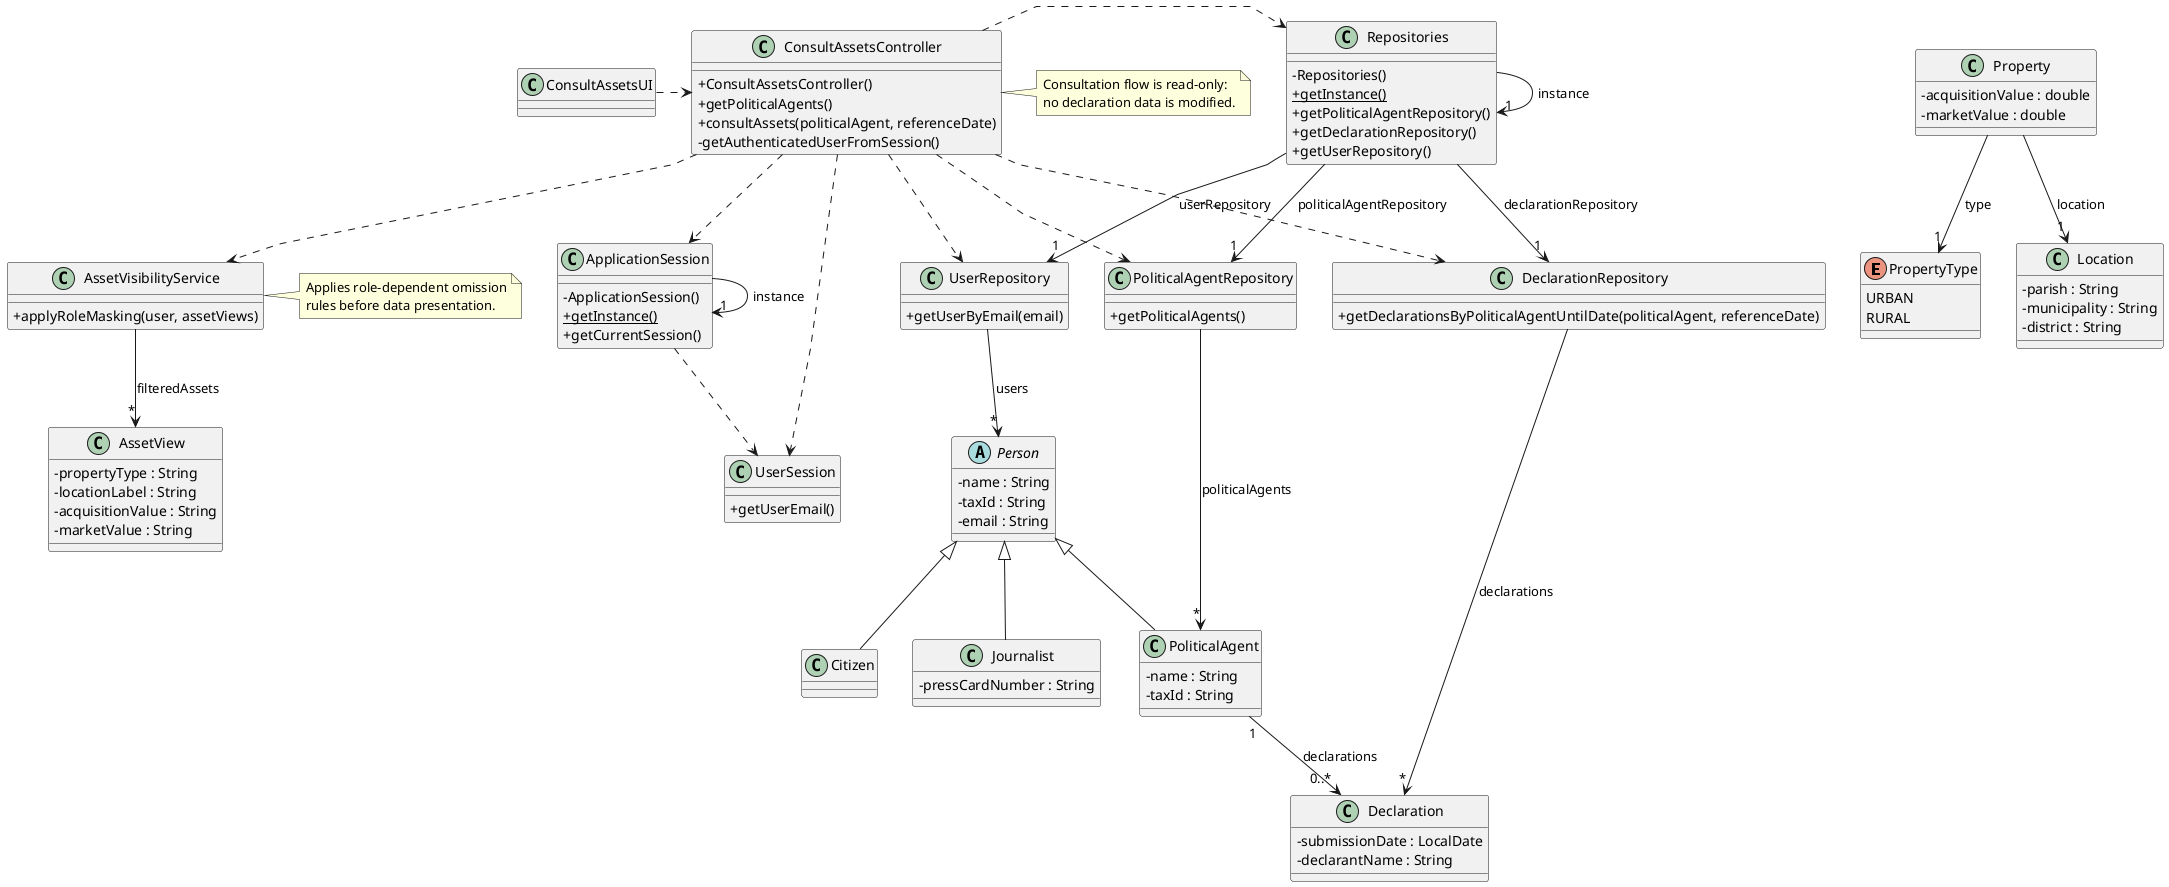
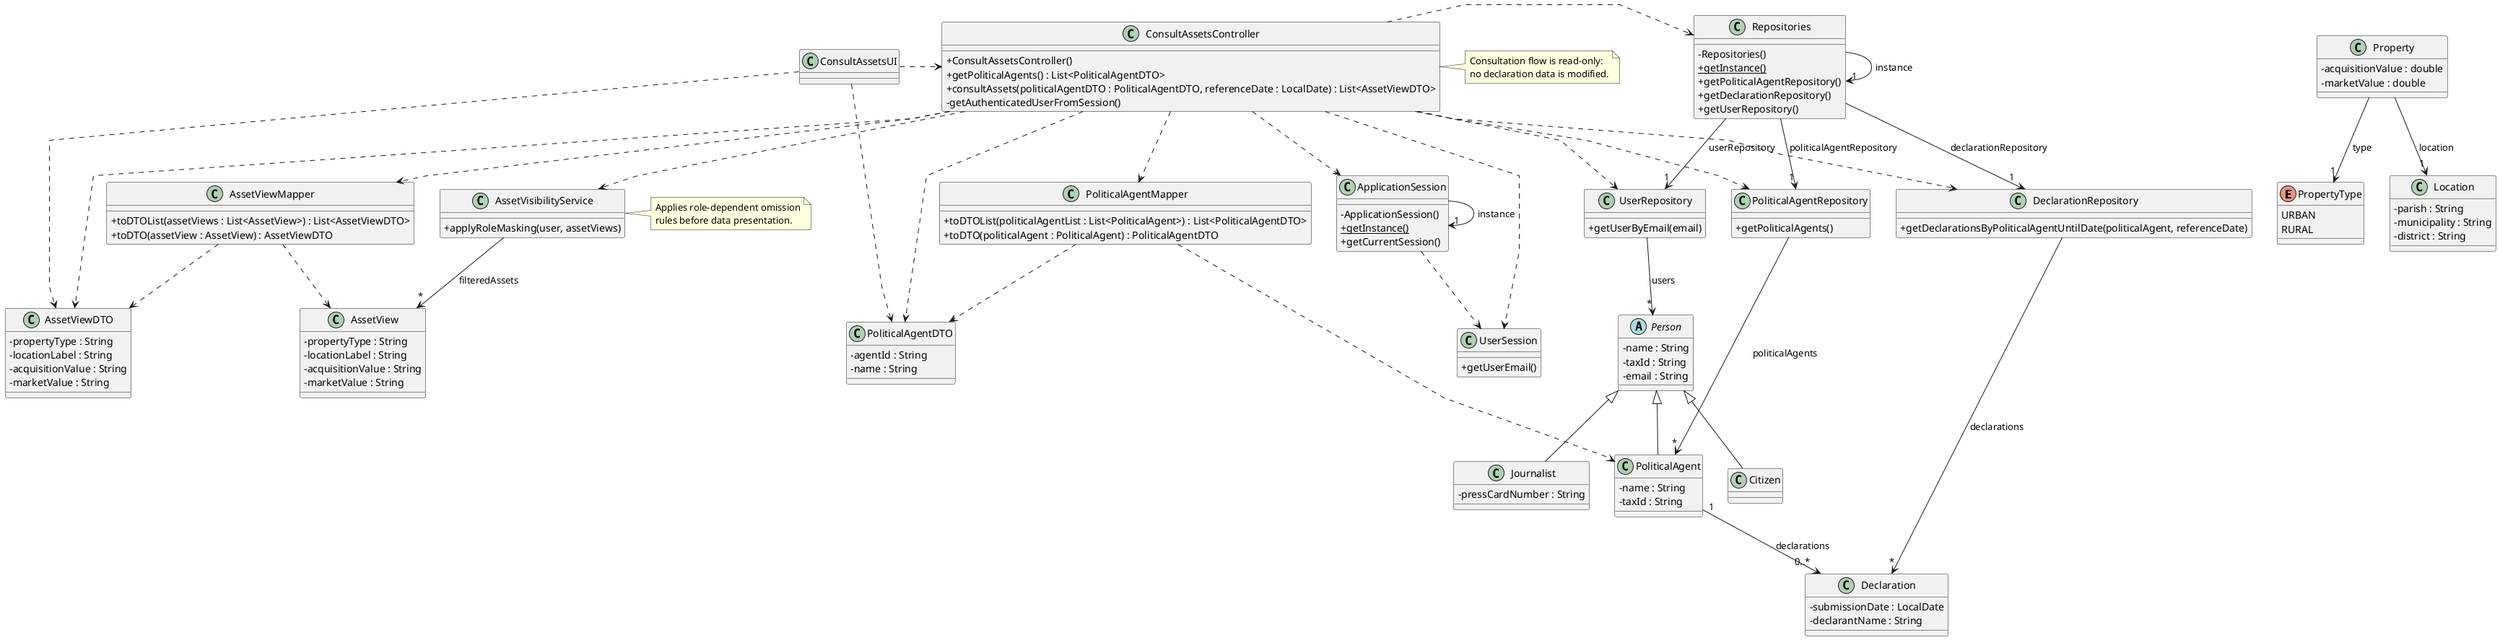
@startuml
skinparam packageStyle rectangle
skinparam shadowing false
skinparam linetype polyline
skinparam classAttributeIconSize 0

enum PropertyType {
    URBAN
    RURAL
}

class ApplicationSession {
    - ApplicationSession()
    + {static} getInstance()
    + getCurrentSession()
}

class UserSession {
    + getUserEmail()
}

abstract class Person {
    - name : String
    - taxId : String
    - email : String
}

class Citizen {
}

class Journalist {
    - pressCardNumber : String
}

class PoliticalAgent {
    - name : String
    - taxId : String
}

class Property {
    - acquisitionValue : double
    - marketValue : double
}

class Location {
    - parish : String
    - municipality : String
    - district : String
}

class Declaration {
    - submissionDate : LocalDate
    - declarantName : String
}

class AssetView {
    - propertyType : String
    - locationLabel : String
    - acquisitionValue : String
    - marketValue : String
}

class AssetVisibilityService {
    + applyRoleMasking(user, assetViews)
}

+ class PoliticalAgentDTO {
+     - agentId : String
+     - name : String
+ }
+ 
+ class PoliticalAgentMapper {
+     + toDTOList(politicalAgentList : List<PoliticalAgent>) : List<PoliticalAgentDTO>
+     + toDTO(politicalAgent : PoliticalAgent) : PoliticalAgentDTO
+ }
+ 
+ class AssetViewDTO {
+     - propertyType : String
+     - locationLabel : String
+     - acquisitionValue : String
+     - marketValue : String
+ }
+ 
+ class AssetViewMapper {
+     + toDTOList(assetViews : List<AssetView>) : List<AssetViewDTO>
+     + toDTO(assetView : AssetView) : AssetViewDTO
+ }
+ 
class PoliticalAgentRepository {
    + getPoliticalAgents()
}

class DeclarationRepository {
    + getDeclarationsByPoliticalAgentUntilDate(politicalAgent, referenceDate)
}

class UserRepository {
    + getUserByEmail(email)
}

class Repositories {
    - Repositories()
    + {static} getInstance()
    + getPoliticalAgentRepository()
    + getDeclarationRepository()
    + getUserRepository()
}

class ConsultAssetsController {
    + ConsultAssetsController()
-     + getPoliticalAgents()
-     + consultAssets(politicalAgent, referenceDate)
+     + getPoliticalAgents() : List<PoliticalAgentDTO>
+     + consultAssets(politicalAgentDTO : PoliticalAgentDTO, referenceDate : LocalDate) : List<AssetViewDTO>
    - getAuthenticatedUserFromSession()
}

class ConsultAssetsUI {
}

note right of AssetVisibilityService
    Applies role-dependent omission
    rules before data presentation.
end note

note right of ConsultAssetsController
    Consultation flow is read-only:
    no declaration data is modified.
end note

Person <|-- Citizen
Person <|-- Journalist
Person <|-- PoliticalAgent

ConsultAssetsUI .> ConsultAssetsController
+ ConsultAssetsUI ..> PoliticalAgentDTO
+ ConsultAssetsUI ..> AssetViewDTO
+ 
ConsultAssetsController .> Repositories
ConsultAssetsController ..> PoliticalAgentRepository
ConsultAssetsController ..> DeclarationRepository
ConsultAssetsController ..> UserRepository
ConsultAssetsController ..> ApplicationSession
ConsultAssetsController ..> UserSession
ConsultAssetsController ..> AssetVisibilityService
+ ConsultAssetsController ..> PoliticalAgentMapper
+ ConsultAssetsController ..> AssetViewMapper
+ ConsultAssetsController ..> PoliticalAgentDTO
+ ConsultAssetsController ..> AssetViewDTO
+ 
+ PoliticalAgentMapper ..> PoliticalAgent
+ PoliticalAgentMapper ..> PoliticalAgentDTO
+ 
+ AssetViewMapper ..> AssetView
+ AssetViewMapper ..> AssetViewDTO

Repositories -> "1" Repositories : instance
Repositories --> "1" PoliticalAgentRepository : politicalAgentRepository
Repositories --> "1" DeclarationRepository : declarationRepository
Repositories --> "1" UserRepository : userRepository

ApplicationSession -> "1" ApplicationSession : instance
ApplicationSession ..> UserSession

PoliticalAgentRepository --> "*" PoliticalAgent : politicalAgents
UserRepository --> "*" Person : users
DeclarationRepository --> "*" Declaration : declarations

PoliticalAgent "1" --> "0..*" Declaration : declarations
Property --> "1" PropertyType : type
Property --> "1" Location : location

AssetVisibilityService --> "*" AssetView : filteredAssets

@enduml
